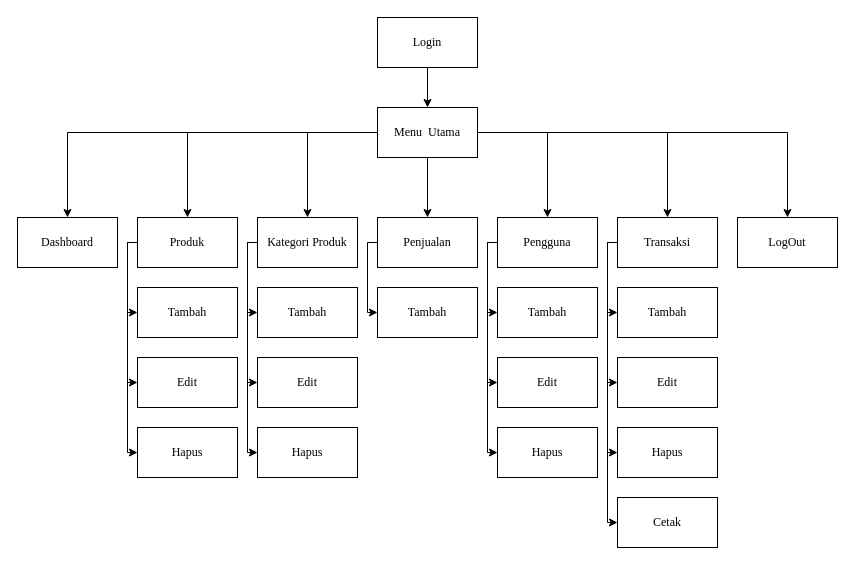
Above: page "Struktur Prograam Menu" (11 of 17) of TA.drawio in angelinahandini/TA (draw.io), before the change. Source tidied: cells renumbered, new cells numbered last; positions are measured from the earlier drawing's top-left corner, leaving out a move shared by most shapes. Both pictures are drawn from the tidied source at 100%, with x=0, y=0 at pixel (17, 17).
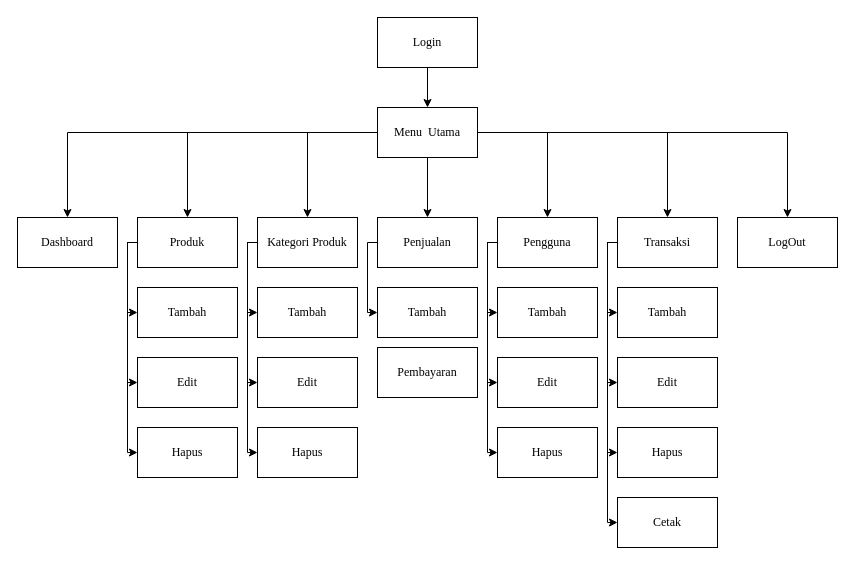
The same page after the edit.

Commit message:
struktur program menu utama revisi

What changed in the source:
```diff
@@
+    <mxCell id="47" value="Pembayaran" style="whiteSpace=wrap;html=1;rounded=0;fontFamily=Times New Roman;" parent="1" vertex="1">
+      <mxGeometry x="360" y="330" width="100" height="50" as="geometry" />
+    </mxCell>
```
